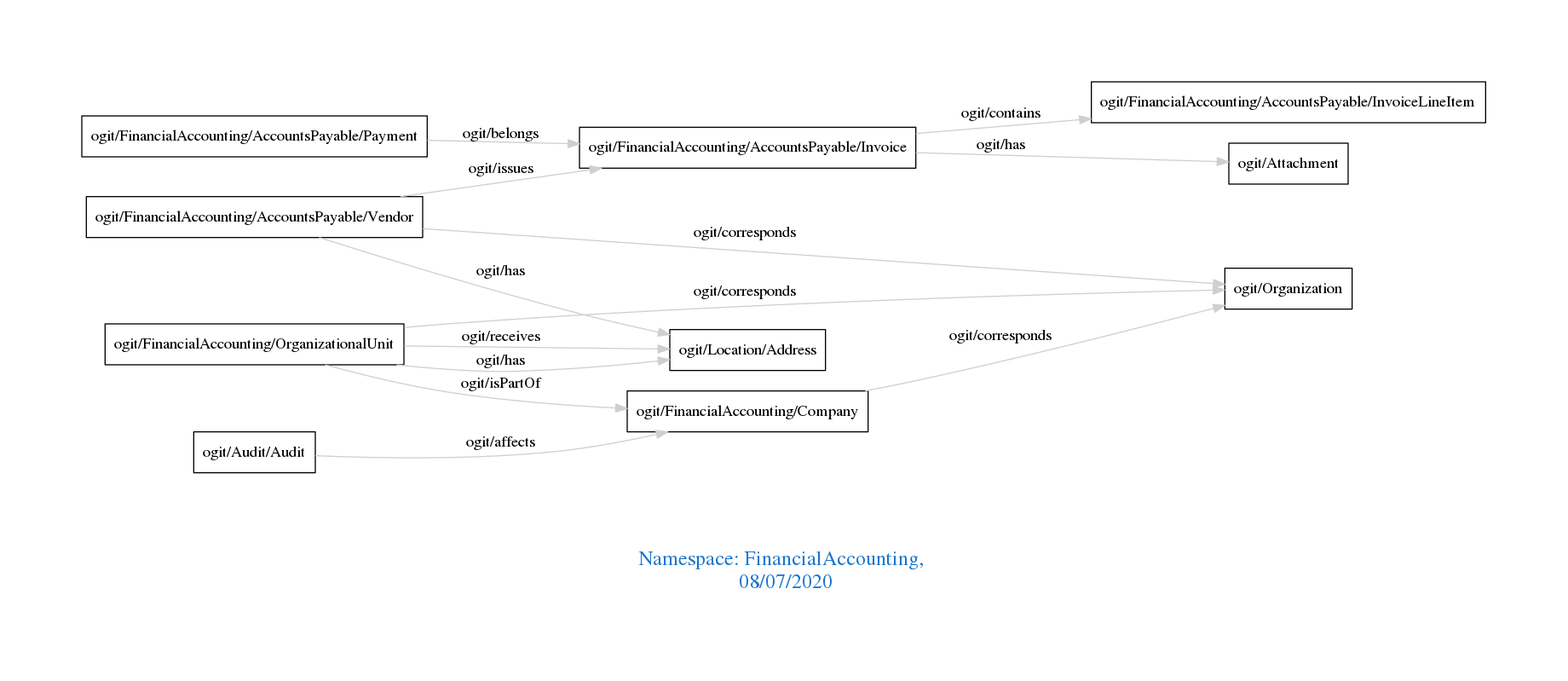
This is downloads/FinancialAccounting.png from arago/OGIT, a Graphviz export, as it was before one commit. Its source is kept beside it as downloads/FinancialAccounting.dot.
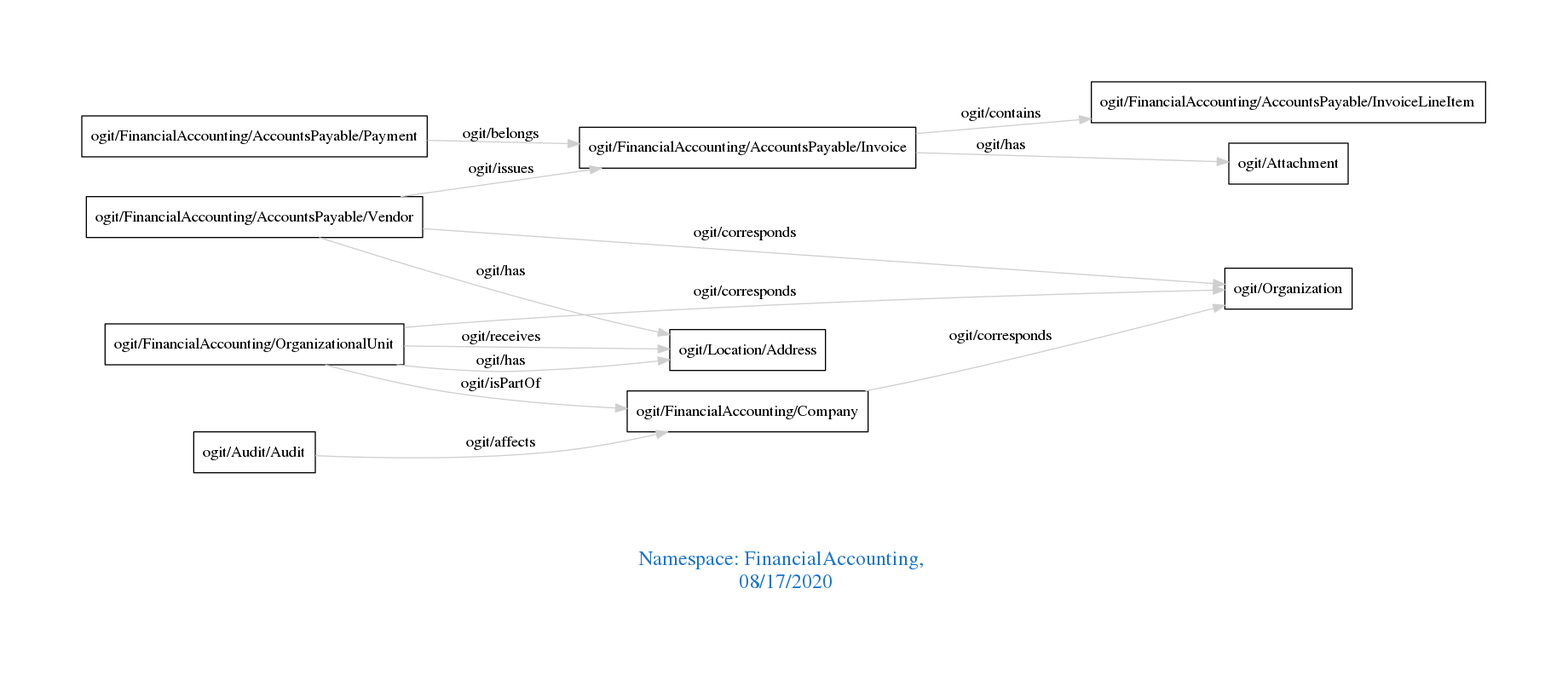
After the change.

Change to the diagram source:
```diff
@@ -1,7 +1,7 @@
 digraph OGIT_ontology {
  graph [ rankdir= LR,pad=1
 fontsize = 18,
-fontcolor= dodgerblue3,label = "\n\n\nNamespace: FinancialAccounting, \n 08/07/2020"];
+fontcolor= dodgerblue3,label = "\n\n\nNamespace: FinancialAccounting, \n 08/17/2020"];
 node[shape=polygon];
 edge [  color="gray81"];
 
```
